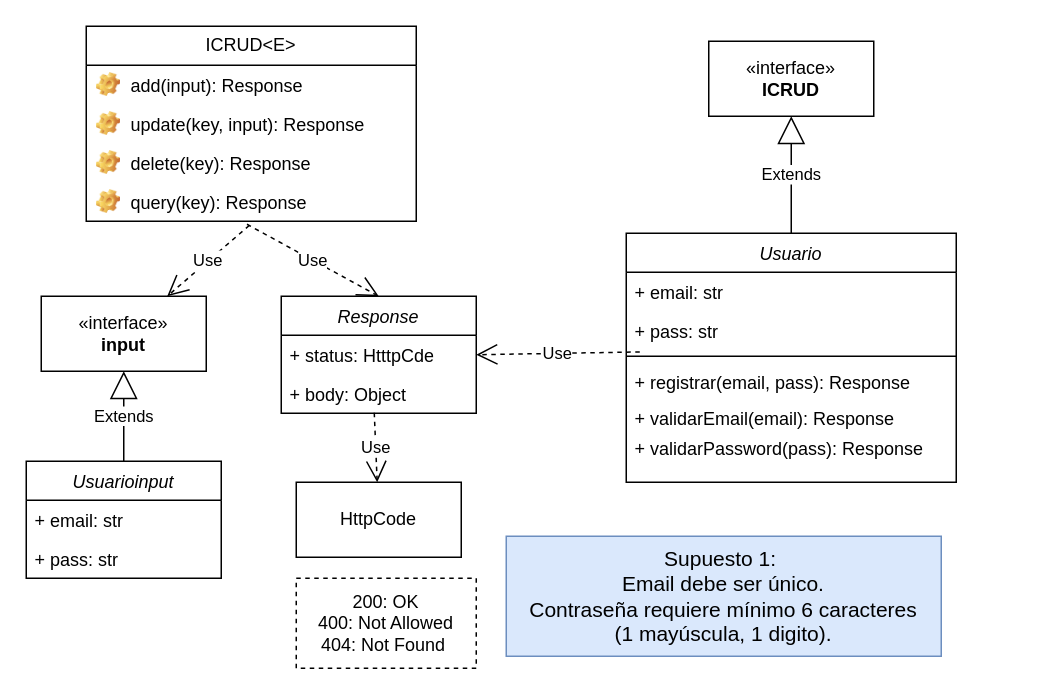
The draw.io diagram Front-End_Sprint/Diagrama sin título.drawio in Giggin-html/dwm4, before the edit. Source tidied: cells renumbered, new cells numbered last; positions are measured from the earlier drawing's top-left corner, leaving out a move shared by most shapes. Both pictures are drawn from the tidied source at 150%, with x=0, y=0 at pixel (26, 26).
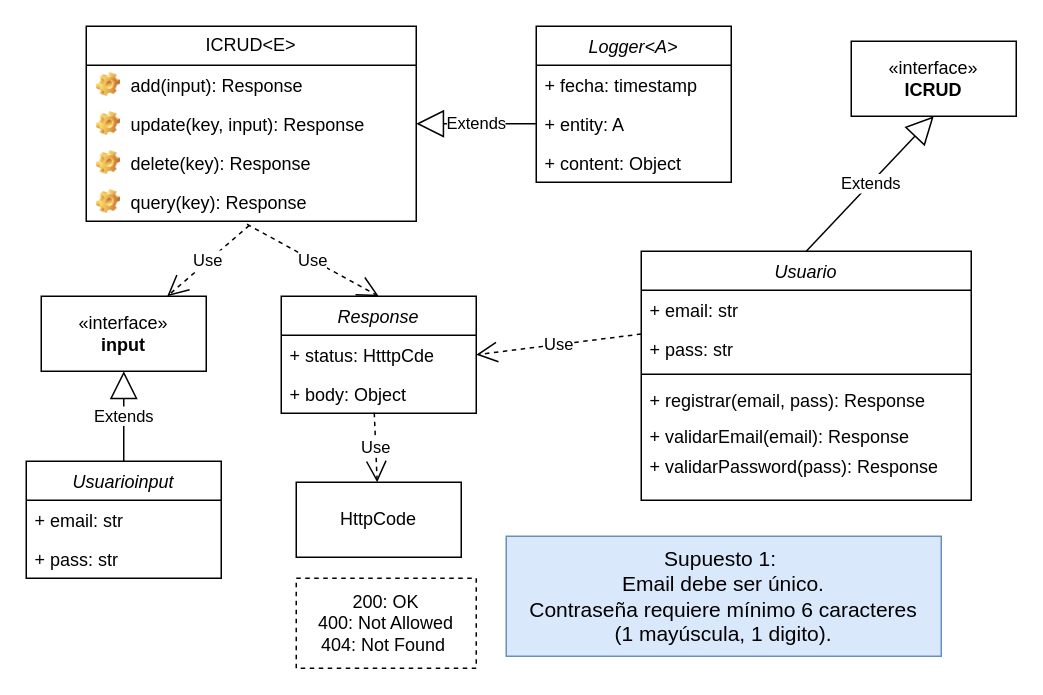
Above is the later version.

The change refers to these unchanged cells:
```xml
<mxCell id="3" value="+ email: str" style="text;strokeColor=none;fillColor=none;align=left;verticalAlign=top;spacingLeft=4;spacingRight=4;overflow=hidden;points=[[0,0.5],[1,0.5]];portConstraint=eastwest;whiteSpace=wrap;html=1;" parent="2" vertex="1">
  <mxGeometry y="26" width="220" height="26" as="geometry" />
</mxCell>
<mxCell id="4" value="+ pass: str" style="text;strokeColor=none;fillColor=none;align=left;verticalAlign=top;spacingLeft=4;spacingRight=4;overflow=hidden;points=[[0,0.5],[1,0.5]];portConstraint=eastwest;whiteSpace=wrap;html=1;" parent="2" vertex="1">
  <mxGeometry y="52" width="220" height="26" as="geometry" />
</mxCell>
<mxCell id="11" value="update(key, input): Response" style="label;fontStyle=0;strokeColor=none;fillColor=none;align=left;verticalAlign=top;overflow=hidden;spacingLeft=28;spacingRight=4;points=[[0,0.5],[1,0.5]];portConstraint=eastwest;imageWidth=16;imageHeight=16;whiteSpace=wrap;html=1;image=img/clipart/Gear_128x128.png;" parent="9" vertex="1">
  <mxGeometry y="52" width="220" height="26" as="geometry" />
</mxCell>
<mxCell id="21" value="+ status: HtttpCde" style="text;strokeColor=none;fillColor=none;align=left;verticalAlign=top;spacingLeft=4;spacingRight=4;overflow=hidden;points=[[0,0.5],[1,0.5]];portConstraint=eastwest;whiteSpace=wrap;html=1;" parent="20" vertex="1">
  <mxGeometry y="26" width="130" height="26" as="geometry" />
</mxCell>
```

Diff of the diagram source:
```diff
@@
     <mxCell id="2" value="Usuario" style="swimlane;fontStyle=2;align=center;verticalAlign=top;horizontal=1;startSize=26;rounded=0;shadow=0;strokeWidth=1;" parent="1" vertex="1">
-      <mxGeometry x="400" y="138" width="220" height="166" as="geometry" />
+      <mxGeometry x="410" y="150" width="220" height="166" as="geometry" />
     </mxCell>
@@
     <mxCell id="26" value="«interface»&lt;br&gt;&lt;b&gt;ICRUD&lt;/b&gt;" style="html=1;whiteSpace=wrap;" parent="1" vertex="1">
-      <mxGeometry x="455" y="10" width="110" height="50" as="geometry" />
+      <mxGeometry x="550" y="10" width="110" height="50" as="geometry" />
     </mxCell>
@@
-    <mxCell id="28" value="Use" style="endArrow=open;endSize=12;dashed=1;html=1;rounded=0;entryX=1;entryY=0.5;entryDx=0;entryDy=0;exitX=0.041;exitY=1.043;exitDx=0;exitDy=0;exitPerimeter=0;" parent="1" edge="1" source="4" target="21">
+    <mxCell id="28" value="Use" style="endArrow=open;endSize=12;dashed=1;html=1;rounded=0;entryX=1;entryY=0.5;entryDx=0;entryDy=0;exitX=0;exitY=1.123;exitDx=0;exitDy=0;exitPerimeter=0;" parent="1" edge="1" source="3" target="21">
       <mxGeometry relative="1" as="geometry" />
     </mxCell>
+    <mxCell id="31" value="Logger&lt;A&gt;" style="swimlane;fontStyle=2;align=center;verticalAlign=top;horizontal=1;startSize=26;rounded=0;shadow=0;strokeWidth=1;" parent="1" vertex="1">
+      <mxGeometry x="340" width="130" height="104" as="geometry" />
+    </mxCell>
+    <mxCell id="32" value="+ fecha: timestamp" style="text;strokeColor=none;fillColor=none;align=left;verticalAlign=top;spacingLeft=4;spacingRight=4;overflow=hidden;whiteSpace=wrap;html=1;" parent="31" vertex="1">
+      <mxGeometry y="26" width="130" height="26" as="geometry" />
+    </mxCell>
+    <mxCell id="33" value="+ entity: A" style="text;strokeColor=none;fillColor=none;align=left;verticalAlign=top;spacingLeft=4;spacingRight=4;overflow=hidden;points=[[0,0.5],[1,0.5]];portConstraint=eastwest;whiteSpace=wrap;html=1;" parent="31" vertex="1">
+      <mxGeometry y="52" width="130" height="26" as="geometry" />
+    </mxCell>
+    <mxCell id="34" value="+ content: Object" style="text;strokeColor=none;fillColor=none;align=left;verticalAlign=top;spacingLeft=4;spacingRight=4;overflow=hidden;whiteSpace=wrap;html=1;" parent="31" vertex="1">
+      <mxGeometry y="78" width="130" height="26" as="geometry" />
+    </mxCell>
+    <mxCell id="35" value="Extends" style="endArrow=block;endSize=16;endFill=0;html=1;rounded=0;exitX=0;exitY=0.5;exitDx=0;exitDy=0;entryX=1;entryY=0.5;entryDx=0;entryDy=0;" parent="1" edge="1" source="33" target="11">
+      <mxGeometry relative="1" as="geometry" />
+    </mxCell>
```
